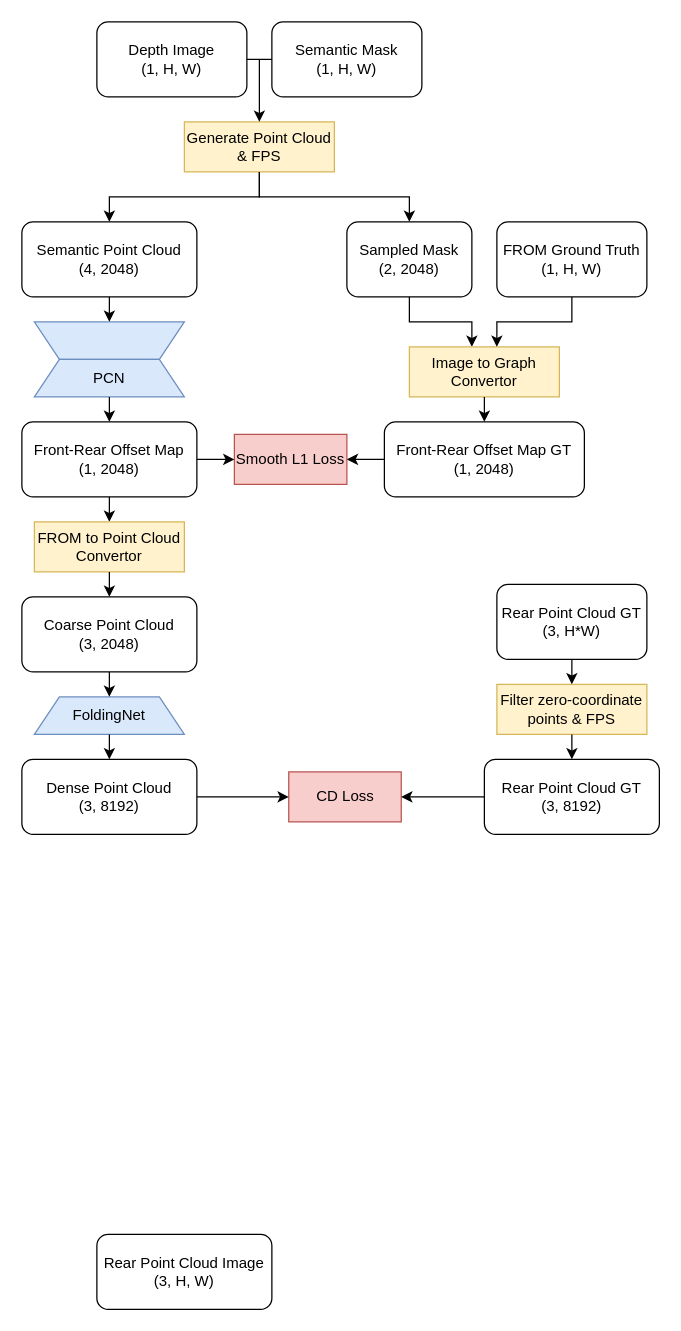
HoangHongNgo/examples keeps this draw.io diagram as loss.drawio. Above is the earlier version. Source tidied: cells renumbered, new cells numbered last; positions are measured from the earlier drawing's top-left corner, leaving out a move shared by most shapes. Both pictures are drawn from the tidied source at 125%, with x=0, y=0 at pixel (21, 21).
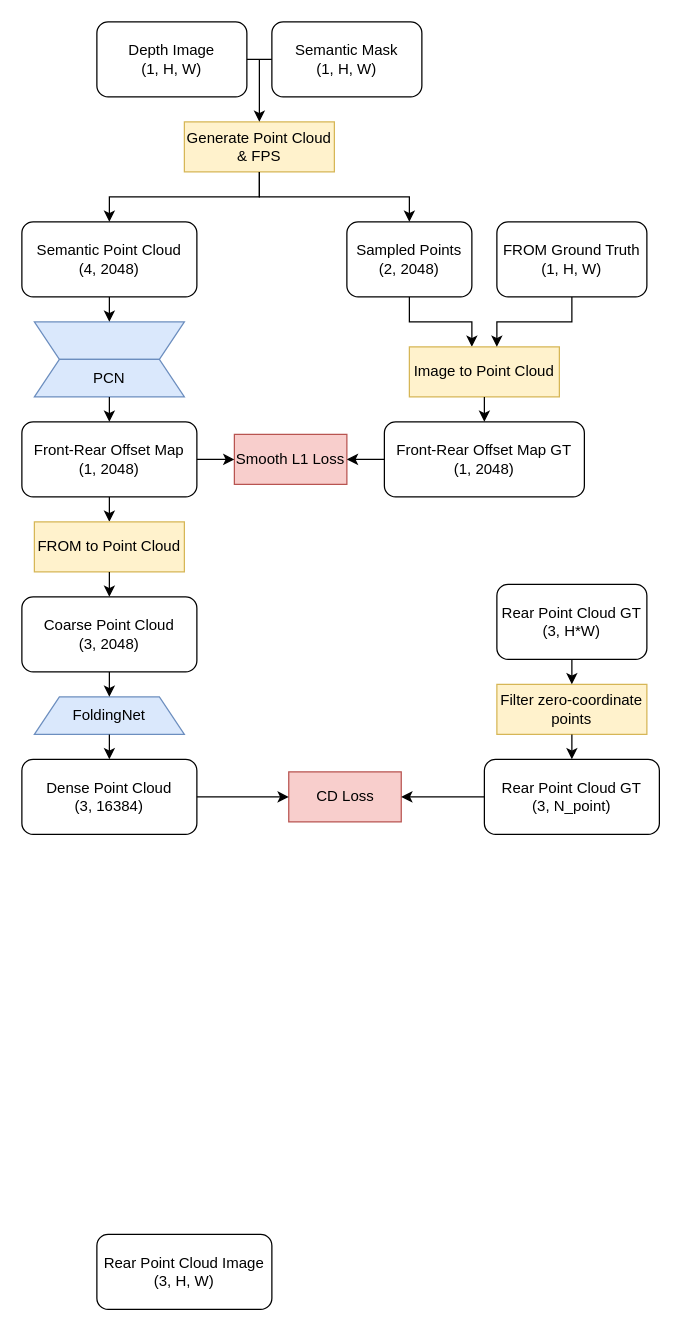
The same diagram, later.

Diff of the diagram source:
```diff
@@
-    <mxCell id="15" value="Sampled Mask&lt;div&gt;(2, 2048)&lt;/div&gt;" style="rounded=1;whiteSpace=wrap;html=1;" parent="1" vertex="1">
+    <mxCell id="15" value="Sampled Points&lt;div&gt;(2, 2048)&lt;/div&gt;" style="rounded=1;whiteSpace=wrap;html=1;" parent="1" vertex="1">
       <mxGeometry x="260" y="160" width="100" height="60" as="geometry" />
     </mxCell>
@@
-    <mxCell id="18" value="Image to Graph Convertor" style="rounded=0;whiteSpace=wrap;html=1;fillColor=#fff2cc;strokeColor=#d6b656;" parent="1" vertex="1">
+    <mxCell id="18" value="Image to Point Cloud" style="rounded=0;whiteSpace=wrap;html=1;fillColor=#fff2cc;strokeColor=#d6b656;" parent="1" vertex="1">
       <mxGeometry x="310" y="260" width="120" height="40" as="geometry" />
     </mxCell>
@@
-    <mxCell id="26" value="FROM to Point Cloud&lt;div&gt;Convertor&lt;/div&gt;" style="rounded=0;whiteSpace=wrap;html=1;fillColor=#fff2cc;strokeColor=#d6b656;" parent="1" vertex="1">
+    <mxCell id="26" value="FROM to Point Cloud" style="rounded=0;whiteSpace=wrap;html=1;fillColor=#fff2cc;strokeColor=#d6b656;" parent="1" vertex="1">
       <mxGeometry x="10" y="400" width="120" height="40" as="geometry" />
     </mxCell>
@@
-    <mxCell id="32" value="Dense Point Cloud&lt;div&gt;(3, 8192)&lt;/div&gt;" style="rounded=1;whiteSpace=wrap;html=1;" parent="1" vertex="1">
+    <mxCell id="32" value="Dense Point Cloud&lt;div&gt;(3, 16384)&lt;/div&gt;" style="rounded=1;whiteSpace=wrap;html=1;" parent="1" vertex="1">
       <mxGeometry y="590" width="140" height="60" as="geometry" />
     </mxCell>
@@
-    <mxCell id="34" value="Filter zero-coordinate points &amp;amp; FPS" style="rounded=0;whiteSpace=wrap;html=1;fillColor=#fff2cc;strokeColor=#d6b656;" parent="1" vertex="1">
+    <mxCell id="34" value="Filter zero-coordinate points" style="rounded=0;whiteSpace=wrap;html=1;fillColor=#fff2cc;strokeColor=#d6b656;" parent="1" vertex="1">
       <mxGeometry x="380" y="530" width="120" height="40" as="geometry" />
     </mxCell>
@@
-    <mxCell id="36" value="Rear Point Cloud GT&lt;div&gt;(3, 8192)&lt;/div&gt;" style="rounded=1;whiteSpace=wrap;html=1;" parent="1" vertex="1">
+    <mxCell id="36" value="Rear Point Cloud GT&lt;div&gt;(3, N_point)&lt;/div&gt;" style="rounded=1;whiteSpace=wrap;html=1;" parent="1" vertex="1">
       <mxGeometry x="370" y="590" width="140" height="60" as="geometry" />
     </mxCell>
```
